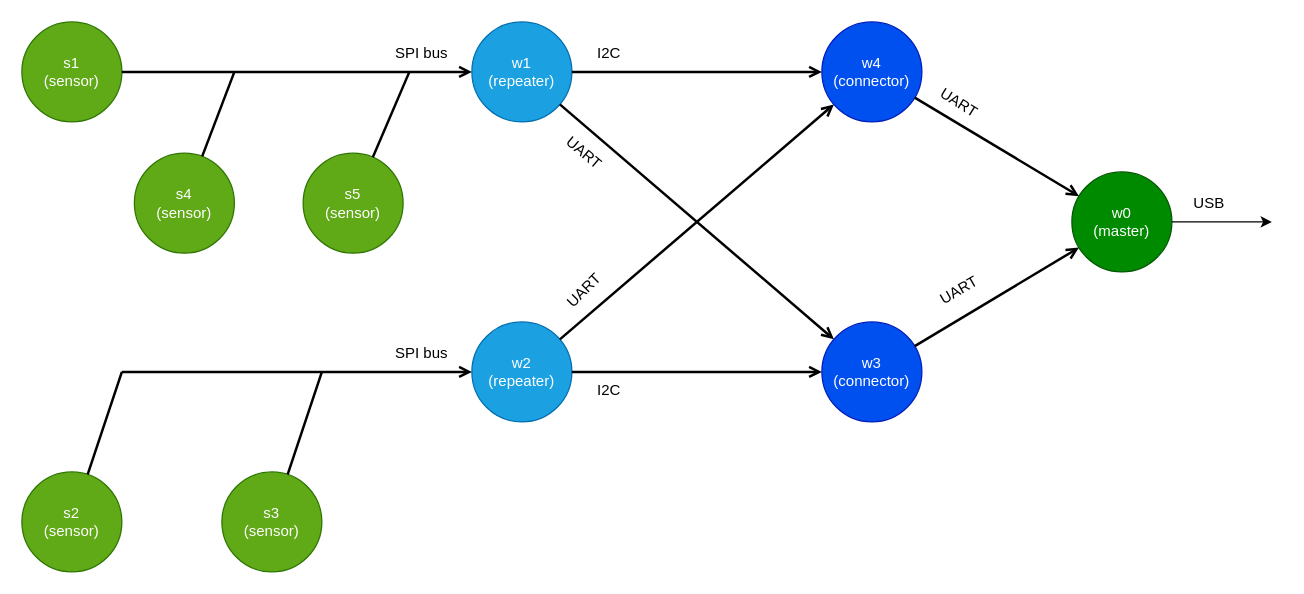
The draw.io diagram docs/diagram.drawio in KarolBorecki/sic_projekt, before the edit. Source tidied: cells renumbered, new cells numbered last; positions are measured from the earlier drawing's top-left corner, leaving out a move shared by most shapes. Both pictures are drawn from the tidied source at 125%, with x=0, y=0 at pixel (21, 21).
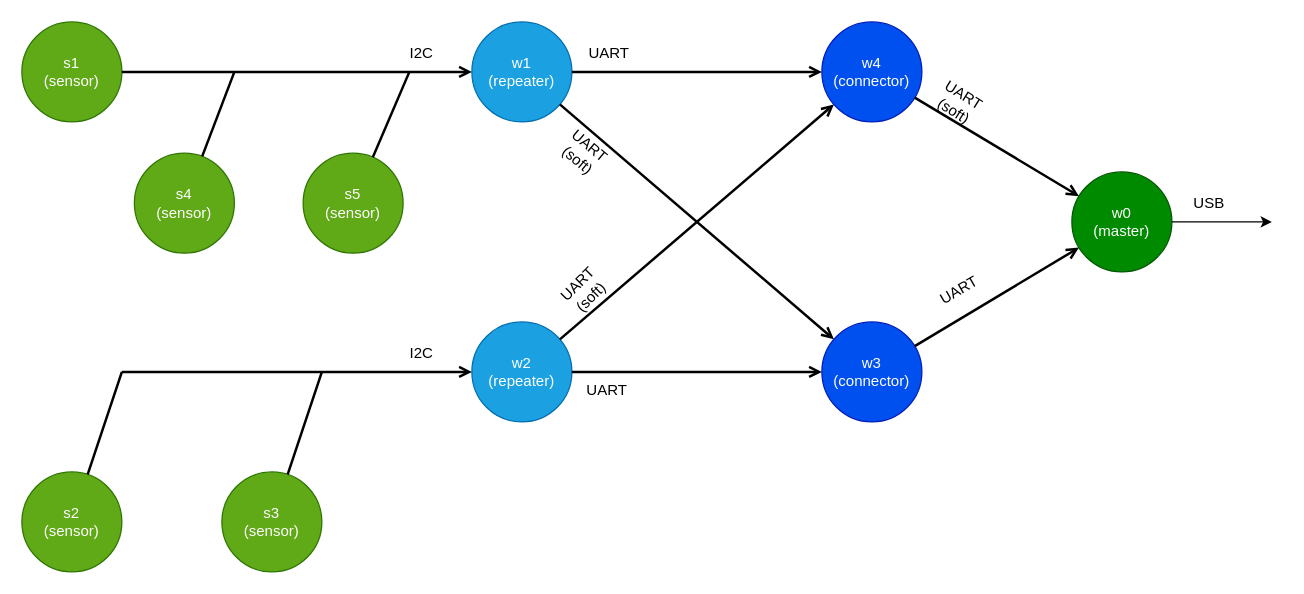
After the change.

What changed in the source:
```diff
@@
-    <mxCell id="20" value="SPI bus" style="text;html=1;whiteSpace=wrap;strokeColor=none;fillColor=none;align=center;verticalAlign=middle;rounded=0;" parent="1" vertex="1">
+    <mxCell id="20" value="I2C" style="text;html=1;whiteSpace=wrap;strokeColor=none;fillColor=none;align=center;verticalAlign=middle;rounded=0;" parent="1" vertex="1">
       <mxGeometry x="290" y="250" width="60" height="30" as="geometry" />
     </mxCell>
-    <mxCell id="21" value="SPI bus" style="text;html=1;whiteSpace=wrap;strokeColor=none;fillColor=none;align=center;verticalAlign=middle;rounded=0;" parent="1" vertex="1">
+    <mxCell id="21" value="I2C" style="text;html=1;whiteSpace=wrap;strokeColor=none;fillColor=none;align=center;verticalAlign=middle;rounded=0;" parent="1" vertex="1">
       <mxGeometry x="290" y="10" width="60" height="30" as="geometry" />
     </mxCell>
-    <mxCell id="22" value="I2C" style="text;html=1;whiteSpace=wrap;strokeColor=none;fillColor=none;align=center;verticalAlign=middle;rounded=0;" parent="1" vertex="1">
+    <mxCell id="22" value="UART" style="text;html=1;whiteSpace=wrap;strokeColor=none;fillColor=none;align=center;verticalAlign=middle;rounded=0;" parent="1" vertex="1">
       <mxGeometry x="440" y="10" width="60" height="30" as="geometry" />
     </mxCell>
-    <mxCell id="23" value="I2C" style="text;html=1;whiteSpace=wrap;strokeColor=none;fillColor=none;align=center;verticalAlign=middle;rounded=0;" parent="1" vertex="1">
+    <mxCell id="23" value="UART&amp;nbsp;" style="text;html=1;whiteSpace=wrap;strokeColor=none;fillColor=none;align=center;verticalAlign=middle;rounded=0;" parent="1" vertex="1">
       <mxGeometry x="440" y="280" width="60" height="30" as="geometry" />
     </mxCell>
-    <mxCell id="24" value="UART" style="text;html=1;whiteSpace=wrap;strokeColor=none;fillColor=none;align=center;verticalAlign=middle;rounded=0;rotation=-45;" parent="1" vertex="1">
+    <mxCell id="24" value="UART (soft)" style="text;html=1;whiteSpace=wrap;strokeColor=none;fillColor=none;align=center;verticalAlign=middle;rounded=0;rotation=-45;" parent="1" vertex="1">
       <mxGeometry x="420" y="200" width="60" height="30" as="geometry" />
     </mxCell>
-    <mxCell id="25" value="UART" style="text;html=1;whiteSpace=wrap;strokeColor=none;fillColor=none;align=center;verticalAlign=middle;rounded=0;rotation=40;" parent="1" vertex="1">
+    <mxCell id="25" value="UART (soft)" style="text;html=1;whiteSpace=wrap;strokeColor=none;fillColor=none;align=center;verticalAlign=middle;rounded=0;rotation=40;" parent="1" vertex="1">
       <mxGeometry x="420" y="90" width="60" height="30" as="geometry" />
     </mxCell>
-    <mxCell id="26" value="UART" style="text;html=1;whiteSpace=wrap;strokeColor=none;fillColor=none;align=center;verticalAlign=middle;rounded=0;rotation=32;" parent="1" vertex="1">
+    <mxCell id="26" value="UART (soft)" style="text;html=1;whiteSpace=wrap;strokeColor=none;fillColor=none;align=center;verticalAlign=middle;rounded=0;rotation=32;" parent="1" vertex="1">
       <mxGeometry x="720" y="50" width="60" height="30" as="geometry" />
     </mxCell>
```
